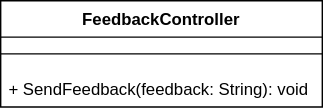
piatrashkakanstantinass/psi2 keeps this draw.io diagram as lab2diags/logical-view/feedback.drawio.svg. Above is the earlier version. Source tidied: cells renumbered, new cells last; positions are measured from the earlier drawing's top-left corner, leaving out a move shared by most shapes.
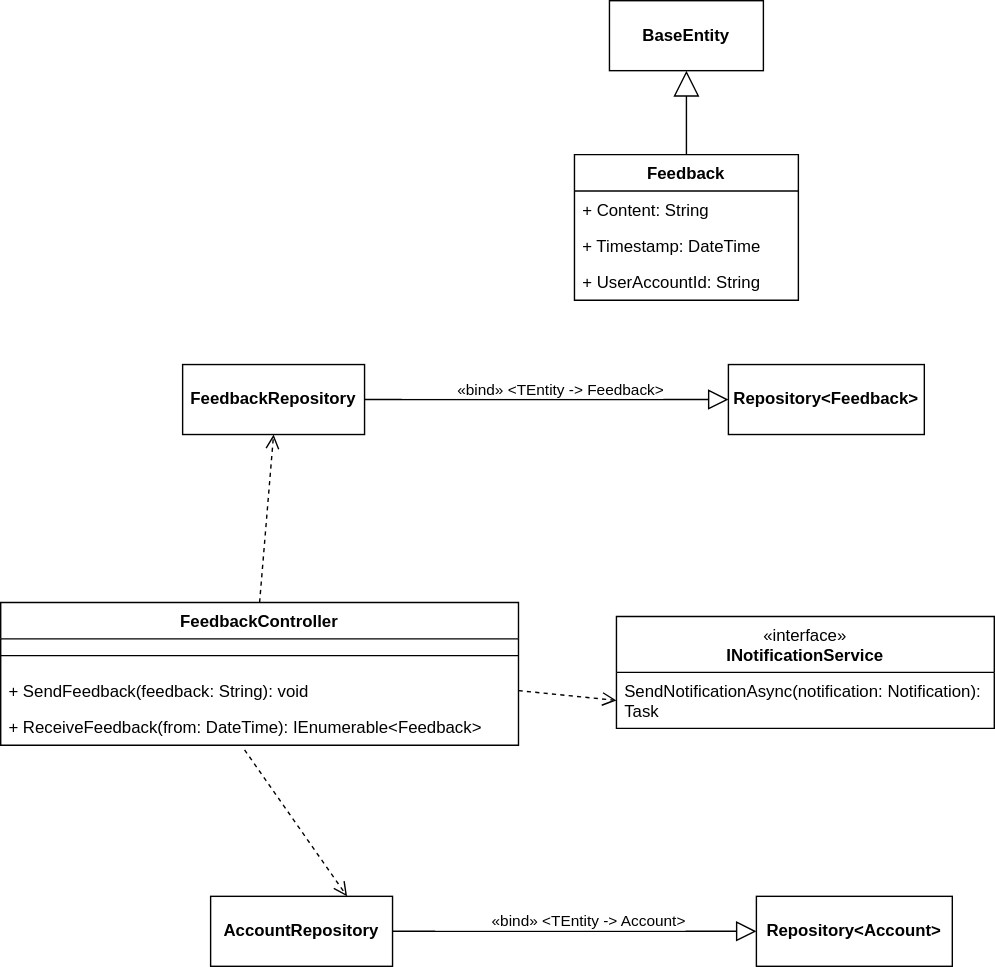
Later version of the same file.

What changed in the source:
```diff
@@ -3,13 +3,81 @@
     <mxCell id="0" />
     <mxCell id="1" parent="0" />
     <mxCell id="2" value="FeedbackController" style="swimlane;fontStyle=1;align=center;verticalAlign=top;horizontal=1;startSize=26;" parent="1" vertex="1">
-      <mxGeometry width="230" height="76" as="geometry" />
+      <mxGeometry width="370" height="102" as="geometry" />
     </mxCell>
     <mxCell id="3" style="line;strokeWidth=1;fillColor=none;align=left;verticalAlign=middle;spacingTop=-1;spacingLeft=3;spacingRight=3;labelPosition=right;strokeColor=inherit;" parent="2" vertex="1">
-      <mxGeometry y="26" width="230" height="24" as="geometry" />
+      <mxGeometry y="26" width="370" height="24" as="geometry" />
     </mxCell>
     <mxCell id="4" value="+ SendFeedback(feedback: String): void" style="text;strokeColor=none;fillColor=none;align=left;verticalAlign=top;spacingLeft=4;spacingRight=4;overflow=hidden;points=[[0,0.5],[1,0.5]];portConstraint=eastwest;" parent="2" vertex="1">
-      <mxGeometry y="50" width="230" height="26" as="geometry" />
+      <mxGeometry y="50" width="370" height="26" as="geometry" />
     </mxCell>
+    <mxCell id="5" value="+ ReceiveFeedback(from: DateTime): IEnumerable&amp;lt;Feedback&amp;gt;" style="text;strokeColor=none;fillColor=none;align=left;verticalAlign=top;spacingLeft=4;spacingRight=4;overflow=hidden;points=[[0,0.5],[1,0.5]];portConstraint=eastwest;whiteSpace=wrap;html=1;" parent="2" vertex="1">
+      <mxGeometry y="76" width="370" height="26" as="geometry" />
+    </mxCell>
+    <mxCell id="6" value="&lt;span style=&quot;font-weight: normal;&quot;&gt;«interface»&lt;/span&gt;&lt;br&gt;INotificationService" style="swimlane;fontStyle=1;align=center;verticalAlign=top;horizontal=1;startSize=40;whiteSpace=wrap;html=1;" parent="1" vertex="1">
+      <mxGeometry x="440" y="10" width="270" height="80" as="geometry" />
+    </mxCell>
+    <mxCell id="7" value="SendNotificationAsync(notification: Notification): Task" style="text;strokeColor=none;fillColor=none;align=left;verticalAlign=top;spacingLeft=4;spacingRight=4;overflow=hidden;points=[[0,0.5],[1,0.5]];portConstraint=eastwest;whiteSpace=wrap;html=1;" parent="6" vertex="1">
+      <mxGeometry y="40" width="270" height="40" as="geometry" />
+    </mxCell>
+    <mxCell id="8" value="&lt;b&gt;FeedbackRepository&lt;/b&gt;" style="html=1;whiteSpace=wrap;" parent="1" vertex="1">
+      <mxGeometry x="130" y="-170" width="130" height="50" as="geometry" />
+    </mxCell>
+    <mxCell id="9" style="edgeStyle=none;html=1;endSize=12;endArrow=block;endFill=0;rounded=0;exitX=1;exitY=0.5;exitDx=0;exitDy=0;entryX=0;entryY=0.5;entryDx=0;entryDy=0;" parent="1" edge="1" source="8">
+      <mxGeometry relative="1" as="geometry">
+        <mxPoint x="520" y="-145" as="targetPoint" />
+      </mxGeometry>
+    </mxCell>
+    <mxCell id="10" value="&lt;blockquote style=&quot;margin: 0 0 0 40px; border: none; padding: 0px;&quot;&gt;«bind» &amp;lt;TEntity -&amp;gt; Feedback&amp;gt;&lt;/blockquote&gt;" style="edgeLabel;html=1;align=center;verticalAlign=middle;" parent="9" vertex="1">
+      <mxGeometry x="-0.12" y="2" relative="1" as="geometry">
+        <mxPoint x="5" y="-6" as="offset" />
+      </mxGeometry>
+    </mxCell>
+    <mxCell id="11" value="&lt;b&gt;Repository&amp;lt;Feedback&amp;gt;&lt;/b&gt;" style="html=1;whiteSpace=wrap;" parent="1" vertex="1">
+      <mxGeometry x="520" y="-170" width="140" height="50" as="geometry" />
+    </mxCell>
+    <mxCell id="12" style="html=1;verticalAlign=bottom;endArrow=open;dashed=1;endSize=8;curved=0;rounded=0;entryX=0.5;entryY=1;entryDx=0;entryDy=0;exitX=0.5;exitY=0;exitDx=0;exitDy=0;" parent="1" edge="1" source="2" target="8">
+      <mxGeometry relative="1" as="geometry" />
+    </mxCell>
+    <mxCell id="13" style="html=1;verticalAlign=bottom;endArrow=open;dashed=1;endSize=8;curved=0;rounded=0;entryX=0;entryY=0.5;entryDx=0;entryDy=0;exitX=1;exitY=0.5;exitDx=0;exitDy=0;" parent="1" edge="1" source="4" target="7">
+      <mxGeometry relative="1" as="geometry" />
+    </mxCell>
+    <mxCell id="14" value="&lt;b&gt;AccountRepository&lt;/b&gt;" style="html=1;whiteSpace=wrap;" parent="1" vertex="1">
+      <mxGeometry x="150" y="210" width="130" height="50" as="geometry" />
+    </mxCell>
+    <mxCell id="15" style="edgeStyle=none;html=1;endSize=12;endArrow=block;endFill=0;rounded=0;exitX=1;exitY=0.5;exitDx=0;exitDy=0;entryX=0;entryY=0.5;entryDx=0;entryDy=0;" parent="1" edge="1" source="14">
+      <mxGeometry relative="1" as="geometry">
+        <mxPoint x="540" y="235" as="targetPoint" />
+      </mxGeometry>
+    </mxCell>
+    <mxCell id="16" value="&lt;blockquote style=&quot;margin: 0 0 0 40px; border: none; padding: 0px;&quot;&gt;«bind» &amp;lt;TEntity -&amp;gt; Account&amp;gt;&lt;/blockquote&gt;" style="edgeLabel;html=1;align=center;verticalAlign=middle;" parent="15" vertex="1">
+      <mxGeometry x="-0.12" y="2" relative="1" as="geometry">
+        <mxPoint x="5" y="-6" as="offset" />
+      </mxGeometry>
+    </mxCell>
+    <mxCell id="17" value="&lt;b&gt;Repository&amp;lt;Account&amp;gt;&lt;/b&gt;" style="html=1;whiteSpace=wrap;" parent="1" vertex="1">
+      <mxGeometry x="540" y="210" width="140" height="50" as="geometry" />
+    </mxCell>
+    <mxCell id="18" style="html=1;verticalAlign=bottom;endArrow=open;dashed=1;endSize=8;curved=0;rounded=0;entryX=0.75;entryY=0;entryDx=0;entryDy=0;exitX=0.471;exitY=1.128;exitDx=0;exitDy=0;exitPerimeter=0;" parent="1" edge="1" source="5" target="14">
+      <mxGeometry relative="1" as="geometry" />
+    </mxCell>
+    <mxCell id="19" value="Feedback" style="swimlane;fontStyle=1;align=center;verticalAlign=top;horizontal=1;startSize=26;whiteSpace=wrap;html=1;" parent="1" vertex="1">
+      <mxGeometry x="410" y="-320" width="160" height="104" as="geometry" />
+    </mxCell>
+    <mxCell id="20" value="+ Content: String" style="text;strokeColor=none;fillColor=none;align=left;verticalAlign=top;spacingLeft=4;spacingRight=4;overflow=hidden;whiteSpace=wrap;html=1;" parent="19" vertex="1">
+      <mxGeometry y="26" width="160" height="26" as="geometry" />
+    </mxCell>
+    <mxCell id="21" value="+ Timestamp: DateTime" style="text;strokeColor=none;fillColor=none;align=left;verticalAlign=top;spacingLeft=4;spacingRight=4;overflow=hidden;whiteSpace=wrap;html=1;" parent="19" vertex="1">
+      <mxGeometry y="52" width="160" height="26" as="geometry" />
+    </mxCell>
+    <mxCell id="22" value="+ UserAccountId: String" style="text;strokeColor=none;fillColor=none;align=left;verticalAlign=top;spacingLeft=4;spacingRight=4;overflow=hidden;whiteSpace=wrap;html=1;" parent="19" vertex="1">
+      <mxGeometry y="78" width="160" height="26" as="geometry" />
+    </mxCell>
+    <mxCell id="23" value="&lt;b&gt;BaseEntity&lt;/b&gt;" style="html=1;whiteSpace=wrap;" parent="1" vertex="1">
+      <mxGeometry x="435" y="-430" width="110" height="50" as="geometry" />
+    </mxCell>
+    <mxCell id="24" style="endArrow=block;endSize=16;endFill=0;html=1;rounded=0;entryX=0.5;entryY=1;entryDx=0;entryDy=0;exitX=0.5;exitY=0;exitDx=0;exitDy=0;" parent="1" edge="1" source="19" target="23">
+      <mxGeometry relative="1" as="geometry" />
+    </mxCell>
   </root>
 </mxGraphModel>
```
